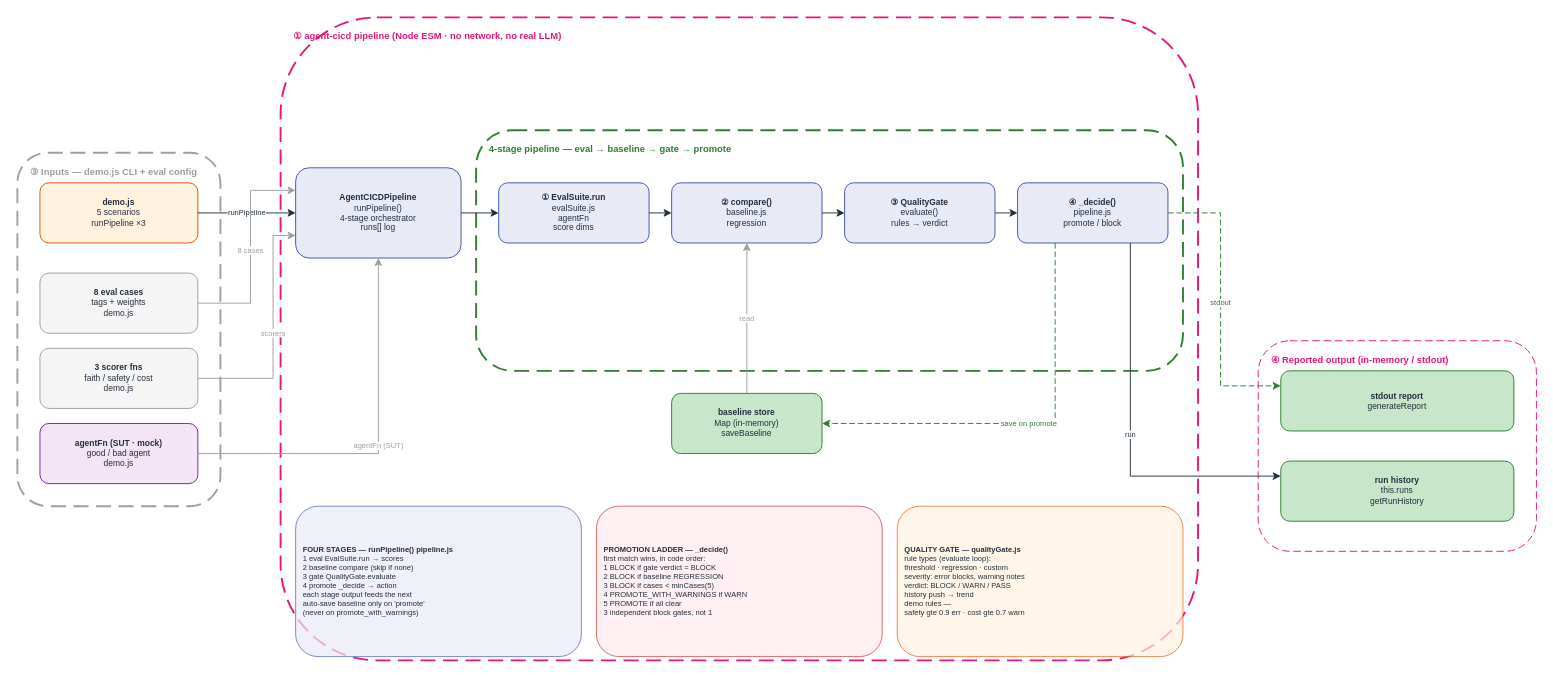
gmaheshraju/Hands-on-AgenticAI keeps this draw.io diagram as docs/diagrams/agent_cicd_v1/HOA_AgentCicd_v1.drawio. Above is the earlier version. Source tidied: cells renumbered, new cells numbered last; positions are measured from the earlier drawing's top-left corner, leaving out a move shared by most shapes. Both pictures are drawn from the tidied source at 94%, with x=0, y=0 at pixel (17, 17).
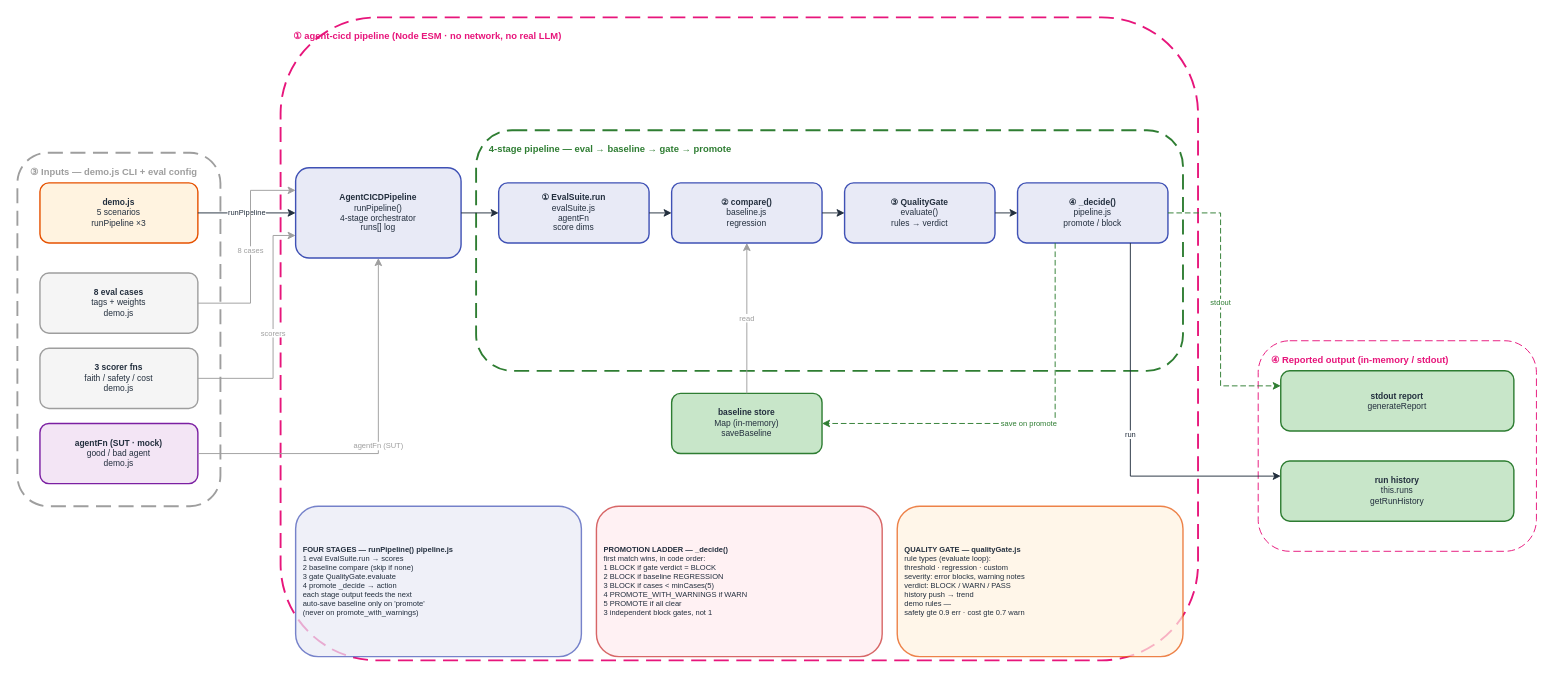
The same diagram, later.

Change to the diagram source:
```diff
@@
-    <mxCell id="10" value="&lt;b&gt;demo.js&lt;/b&gt;&lt;br&gt;5 scenarios&lt;br&gt;runPipeline &amp;times;3" style="rounded=1;fillColor=#FFF3E0;strokeColor=#E65100;fontSize=9;fontColor=#232F3E;html=1;whiteSpace=wrap;align=center;" parent="1" vertex="1">
+    <mxCell id="10" value="&lt;b&gt;demo.js&lt;/b&gt;&lt;br&gt;5 scenarios&lt;br&gt;runPipeline &amp;times;3" style="rounded=1;fillColor=#FFF3E0;strokeColor=#E65100;strokeWidth=1.5;fontSize=9;fontColor=#232F3E;html=1;whiteSpace=wrap;align=center;" parent="1" vertex="1">
       <mxGeometry x="24" y="176" width="168" height="64" as="geometry" />
     </mxCell>
-    <mxCell id="11" value="&lt;b&gt;8 eval cases&lt;/b&gt;&lt;br&gt;tags + weights&lt;br&gt;demo.js" style="rounded=1;fillColor=#F5F5F5;strokeColor=#9E9E9E;fontSize=9;fontColor=#232F3E;html=1;whiteSpace=wrap;align=center;" parent="1" vertex="1">
+    <mxCell id="11" value="&lt;b&gt;8 eval cases&lt;/b&gt;&lt;br&gt;tags + weights&lt;br&gt;demo.js" style="rounded=1;fillColor=#F5F5F5;strokeColor=#9E9E9E;strokeWidth=1.5;fontSize=9;fontColor=#232F3E;html=1;whiteSpace=wrap;align=center;" parent="1" vertex="1">
       <mxGeometry x="24" y="272" width="168" height="64" as="geometry" />
     </mxCell>
-    <mxCell id="12" value="&lt;b&gt;3 scorer fns&lt;/b&gt;&lt;br&gt;faith / safety / cost&lt;br&gt;demo.js" style="rounded=1;fillColor=#F5F5F5;strokeColor=#9E9E9E;fontSize=9;fontColor=#232F3E;html=1;whiteSpace=wrap;align=center;" parent="1" vertex="1">
+    <mxCell id="12" value="&lt;b&gt;3 scorer fns&lt;/b&gt;&lt;br&gt;faith / safety / cost&lt;br&gt;demo.js" style="rounded=1;fillColor=#F5F5F5;strokeColor=#9E9E9E;strokeWidth=1.5;fontSize=9;fontColor=#232F3E;html=1;whiteSpace=wrap;align=center;" parent="1" vertex="1">
       <mxGeometry x="24" y="352" width="168" height="64" as="geometry" />
     </mxCell>
-    <mxCell id="13" value="&lt;b&gt;agentFn (SUT · mock)&lt;/b&gt;&lt;br&gt;good / bad agent&lt;br&gt;demo.js" style="rounded=1;fillColor=#F3E5F5;strokeColor=#7B1FA2;fontSize=9;fontColor=#232F3E;html=1;whiteSpace=wrap;align=center;" parent="1" vertex="1">
+    <mxCell id="13" value="&lt;b&gt;agentFn (SUT · mock)&lt;/b&gt;&lt;br&gt;good / bad agent&lt;br&gt;demo.js" style="rounded=1;fillColor=#F3E5F5;strokeColor=#7B1FA2;strokeWidth=1.5;fontSize=9;fontColor=#232F3E;html=1;whiteSpace=wrap;align=center;" parent="1" vertex="1">
       <mxGeometry x="24" y="432" width="168" height="64" as="geometry" />
     </mxCell>
-    <mxCell id="14" value="&lt;b&gt;AgentCICDPipeline&lt;/b&gt;&lt;br&gt;runPipeline()&lt;br&gt;4-stage orchestrator&lt;br&gt;runs[] log" style="rounded=1;fillColor=#E8EAF6;strokeColor=#3F51B5;fontSize=9;fontColor=#232F3E;html=1;whiteSpace=wrap;align=center;" parent="1" vertex="1">
+    <mxCell id="14" value="&lt;b&gt;AgentCICDPipeline&lt;/b&gt;&lt;br&gt;runPipeline()&lt;br&gt;4-stage orchestrator&lt;br&gt;runs[] log" style="rounded=1;fillColor=#E8EAF6;strokeColor=#3F51B5;strokeWidth=1.5;fontSize=9;fontColor=#232F3E;html=1;whiteSpace=wrap;align=center;" parent="1" vertex="1">
       <mxGeometry x="296" y="160" width="176" height="96" as="geometry" />
     </mxCell>
-    <mxCell id="15" value="&lt;b&gt;&amp;#9312; EvalSuite.run&lt;/b&gt;&lt;br&gt;evalSuite.js&lt;br&gt;agentFn&lt;br&gt;score dims" style="rounded=1;fillColor=#E8EAF6;strokeColor=#3F51B5;fontSize=9;fontColor=#232F3E;html=1;whiteSpace=wrap;align=center;" parent="1" vertex="1">
+    <mxCell id="15" value="&lt;b&gt;&amp;#9312; EvalSuite.run&lt;/b&gt;&lt;br&gt;evalSuite.js&lt;br&gt;agentFn&lt;br&gt;score dims" style="rounded=1;fillColor=#E8EAF6;strokeColor=#3F51B5;strokeWidth=1.5;fontSize=9;fontColor=#232F3E;html=1;whiteSpace=wrap;align=center;" parent="1" vertex="1">
       <mxGeometry x="512" y="176" width="160" height="64" as="geometry" />
     </mxCell>
-    <mxCell id="16" value="&lt;b&gt;&amp;#9313; compare()&lt;/b&gt;&lt;br&gt;baseline.js&lt;br&gt;regression" style="rounded=1;fillColor=#E8EAF6;strokeColor=#3F51B5;fontSize=9;fontColor=#232F3E;html=1;whiteSpace=wrap;align=center;" parent="1" vertex="1">
+    <mxCell id="16" value="&lt;b&gt;&amp;#9313; compare()&lt;/b&gt;&lt;br&gt;baseline.js&lt;br&gt;regression" style="rounded=1;fillColor=#E8EAF6;strokeColor=#3F51B5;strokeWidth=1.5;fontSize=9;fontColor=#232F3E;html=1;whiteSpace=wrap;align=center;" parent="1" vertex="1">
       <mxGeometry x="696" y="176" width="160" height="64" as="geometry" />
     </mxCell>
-    <mxCell id="17" value="&lt;b&gt;&amp;#9314; QualityGate&lt;/b&gt;&lt;br&gt;evaluate()&lt;br&gt;rules &amp;rarr; verdict" style="rounded=1;fillColor=#E8EAF6;strokeColor=#3F51B5;fontSize=9;fontColor=#232F3E;html=1;whiteSpace=wrap;align=center;" parent="1" vertex="1">
+    <mxCell id="17" value="&lt;b&gt;&amp;#9314; QualityGate&lt;/b&gt;&lt;br&gt;evaluate()&lt;br&gt;rules &amp;rarr; verdict" style="rounded=1;fillColor=#E8EAF6;strokeColor=#3F51B5;strokeWidth=1.5;fontSize=9;fontColor=#232F3E;html=1;whiteSpace=wrap;align=center;" parent="1" vertex="1">
       <mxGeometry x="880" y="176" width="160" height="64" as="geometry" />
     </mxCell>
-    <mxCell id="18" value="&lt;b&gt;&amp;#9315; _decide()&lt;/b&gt;&lt;br&gt;pipeline.js&lt;br&gt;promote / block" style="rounded=1;fillColor=#E8EAF6;strokeColor=#3F51B5;fontSize=9;fontColor=#232F3E;html=1;whiteSpace=wrap;align=center;" parent="1" vertex="1">
+    <mxCell id="18" value="&lt;b&gt;&amp;#9315; _decide()&lt;/b&gt;&lt;br&gt;pipeline.js&lt;br&gt;promote / block" style="rounded=1;fillColor=#E8EAF6;strokeColor=#3F51B5;strokeWidth=1.5;fontSize=9;fontColor=#232F3E;html=1;whiteSpace=wrap;align=center;" parent="1" vertex="1">
       <mxGeometry x="1064" y="176" width="160" height="64" as="geometry" />
     </mxCell>
-    <mxCell id="19" value="&lt;b&gt;baseline store&lt;/b&gt;&lt;br&gt;Map (in-memory)&lt;br&gt;saveBaseline" style="rounded=1;fillColor=#C8E6C9;strokeColor=#2E7D32;fontSize=9;fontColor=#232F3E;html=1;whiteSpace=wrap;align=center;" parent="1" vertex="1">
+    <mxCell id="19" value="&lt;b&gt;baseline store&lt;/b&gt;&lt;br&gt;Map (in-memory)&lt;br&gt;saveBaseline" style="rounded=1;fillColor=#C8E6C9;strokeColor=#2E7D32;strokeWidth=1.5;fontSize=9;fontColor=#232F3E;html=1;whiteSpace=wrap;align=center;" parent="1" vertex="1">
       <mxGeometry x="696" y="400" width="160" height="64" as="geometry" />
     </mxCell>
-    <mxCell id="20" value="&lt;b&gt;stdout report&lt;/b&gt;&lt;br&gt;generateReport" style="rounded=1;fillColor=#C8E6C9;strokeColor=#2E7D32;fontSize=9;fontColor=#232F3E;html=1;whiteSpace=wrap;align=center;" parent="1" vertex="1">
+    <mxCell id="20" value="&lt;b&gt;stdout report&lt;/b&gt;&lt;br&gt;generateReport" style="rounded=1;fillColor=#C8E6C9;strokeColor=#2E7D32;strokeWidth=1.5;fontSize=9;fontColor=#232F3E;html=1;whiteSpace=wrap;align=center;" parent="1" vertex="1">
       <mxGeometry x="1344" y="376" width="248" height="64" as="geometry" />
     </mxCell>
-    <mxCell id="21" value="&lt;b&gt;run history&lt;/b&gt;&lt;br&gt;this.runs&lt;br&gt;getRunHistory" style="rounded=1;fillColor=#C8E6C9;strokeColor=#2E7D32;fontSize=9;fontColor=#232F3E;html=1;whiteSpace=wrap;align=center;" parent="1" vertex="1">
+    <mxCell id="21" value="&lt;b&gt;run history&lt;/b&gt;&lt;br&gt;this.runs&lt;br&gt;getRunHistory" style="rounded=1;fillColor=#C8E6C9;strokeColor=#2E7D32;strokeWidth=1.5;fontSize=9;fontColor=#232F3E;html=1;whiteSpace=wrap;align=center;" parent="1" vertex="1">
       <mxGeometry x="1344" y="472" width="248" height="64" as="geometry" />
     </mxCell>
-    <mxCell id="22" value="&lt;b&gt;FOUR STAGES — runPipeline() pipeline.js&lt;/b&gt;&lt;br&gt;1 eval EvalSuite.run &amp;rarr; scores&lt;br&gt;2 baseline compare (skip if none)&lt;br&gt;3 gate QualityGate.evaluate&lt;br&gt;4 promote _decide &amp;rarr; action&lt;br&gt;each stage output feeds the next&lt;br&gt;auto-save baseline only on 'promote'&lt;br&gt;(never on promote_with_warnings)" style="rounded=1;fillColor=#E8EAF6;strokeColor=#3F51B5;fontSize=8;fontColor=#232F3E;html=1;whiteSpace=wrap;align=left;spacingLeft=6;opacity=70;" parent="1" vertex="1">
+    <mxCell id="22" value="&lt;b&gt;FOUR STAGES — runPipeline() pipeline.js&lt;/b&gt;&lt;br&gt;1 eval EvalSuite.run &amp;rarr; scores&lt;br&gt;2 baseline compare (skip if none)&lt;br&gt;3 gate QualityGate.evaluate&lt;br&gt;4 promote _decide &amp;rarr; action&lt;br&gt;each stage output feeds the next&lt;br&gt;auto-save baseline only on 'promote'&lt;br&gt;(never on promote_with_warnings)" style="rounded=1;fillColor=#E8EAF6;strokeColor=#3F51B5;strokeWidth=1.5;fontSize=8;fontColor=#232F3E;html=1;whiteSpace=wrap;align=left;spacingLeft=6;opacity=70;" parent="1" vertex="1">
       <mxGeometry x="296" y="520" width="304" height="160" as="geometry" />
     </mxCell>
-    <mxCell id="23" value="&lt;b&gt;PROMOTION LADDER — _decide()&lt;/b&gt;&lt;br&gt;first match wins, in code order:&lt;br&gt;1 BLOCK if gate verdict = BLOCK&lt;br&gt;2 BLOCK if baseline REGRESSION&lt;br&gt;3 BLOCK if cases &amp;lt; minCases(5)&lt;br&gt;4 PROMOTE_WITH_WARNINGS if WARN&lt;br&gt;5 PROMOTE if all clear&lt;br&gt;3 independent block gates, not 1" style="rounded=1;fillColor=#FFEBEE;strokeColor=#C62828;fontSize=8;fontColor=#232F3E;html=1;whiteSpace=wrap;align=left;spacingLeft=6;opacity=70;" parent="1" vertex="1">
+    <mxCell id="23" value="&lt;b&gt;PROMOTION LADDER — _decide()&lt;/b&gt;&lt;br&gt;first match wins, in code order:&lt;br&gt;1 BLOCK if gate verdict = BLOCK&lt;br&gt;2 BLOCK if baseline REGRESSION&lt;br&gt;3 BLOCK if cases &amp;lt; minCases(5)&lt;br&gt;4 PROMOTE_WITH_WARNINGS if WARN&lt;br&gt;5 PROMOTE if all clear&lt;br&gt;3 independent block gates, not 1" style="rounded=1;fillColor=#FFEBEE;strokeColor=#C62828;strokeWidth=1.5;fontSize=8;fontColor=#232F3E;html=1;whiteSpace=wrap;align=left;spacingLeft=6;opacity=70;" parent="1" vertex="1">
       <mxGeometry x="616" y="520" width="304" height="160" as="geometry" />
     </mxCell>
-    <mxCell id="24" value="&lt;b&gt;QUALITY GATE — qualityGate.js&lt;/b&gt;&lt;br&gt;rule types (evaluate loop):&lt;br&gt; threshold · regression · custom&lt;br&gt;severity: error blocks, warning notes&lt;br&gt;verdict: BLOCK / WARN / PASS&lt;br&gt;history push &amp;rarr; trend&lt;br&gt;demo rules —&lt;br&gt; safety gte 0.9 err · cost gte 0.7 warn" style="rounded=1;fillColor=#FFF3E0;strokeColor=#E65100;fontSize=8;fontColor=#232F3E;html=1;whiteSpace=wrap;align=left;spacingLeft=6;opacity=70;" parent="1" vertex="1">
+    <mxCell id="24" value="&lt;b&gt;QUALITY GATE — qualityGate.js&lt;/b&gt;&lt;br&gt;rule types (evaluate loop):&lt;br&gt; threshold · regression · custom&lt;br&gt;severity: error blocks, warning notes&lt;br&gt;verdict: BLOCK / WARN / PASS&lt;br&gt;history push &amp;rarr; trend&lt;br&gt;demo rules —&lt;br&gt; safety gte 0.9 err · cost gte 0.7 warn" style="rounded=1;fillColor=#FFF3E0;strokeColor=#E65100;strokeWidth=1.5;fontSize=8;fontColor=#232F3E;html=1;whiteSpace=wrap;align=left;spacingLeft=6;opacity=70;" parent="1" vertex="1">
       <mxGeometry x="936" y="520" width="304" height="160" as="geometry" />
     </mxCell>
```
